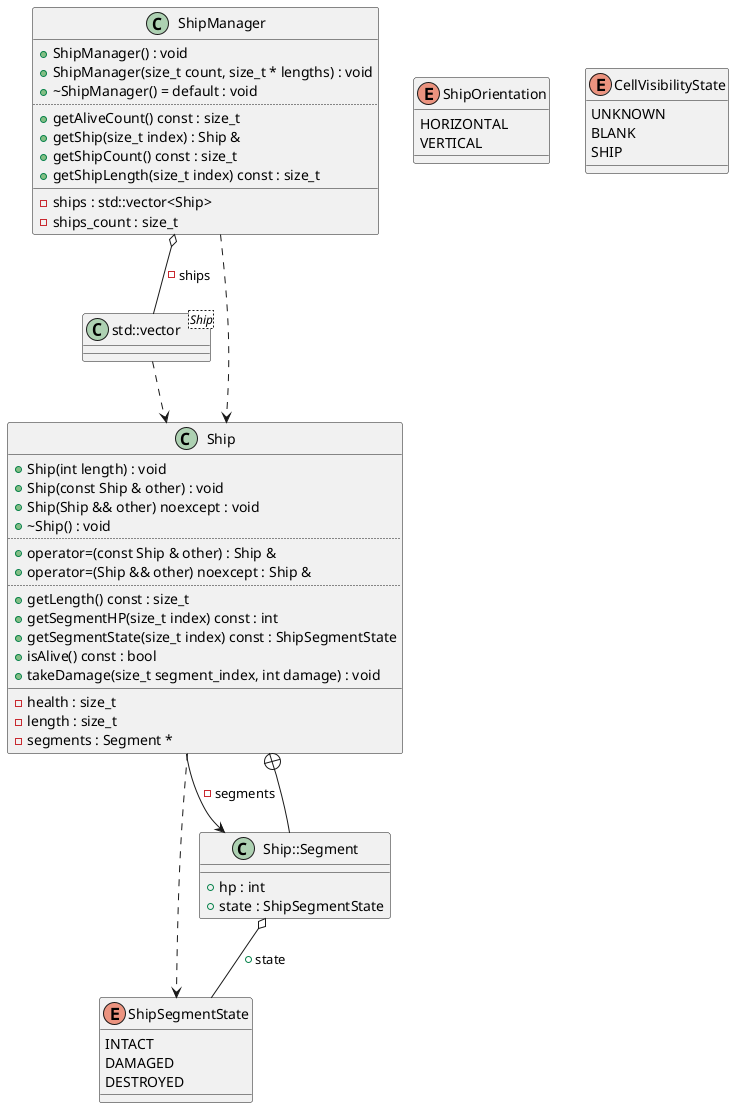
Earlier version of the PlantUML export diagrams/ShipManager.png (Rennelv/ships).
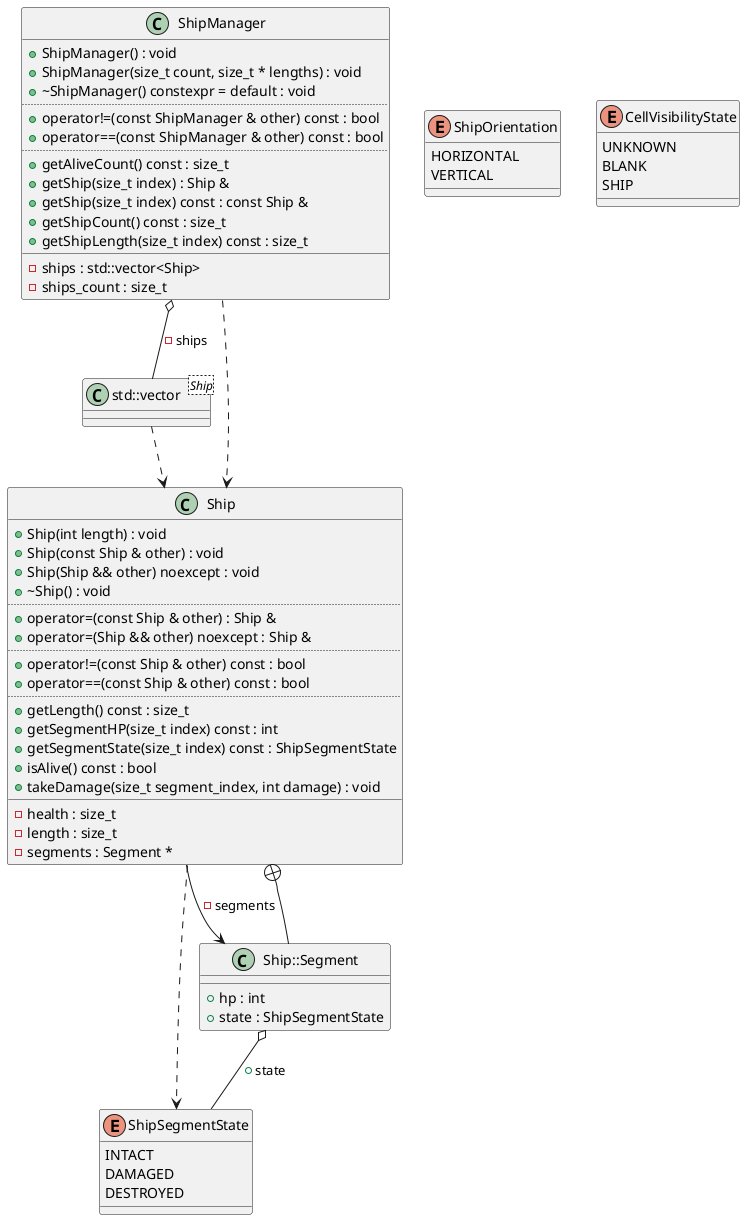
After the commit.

Diff of the diagram source:
```diff
@@ -30,6 +30,9 @@
 +operator=(const Ship & other) : Ship &
 +operator=(Ship && other) noexcept : Ship &
 ..
++operator!=(const Ship & other) const : bool
++operator==(const Ship & other) const : bool
+..
 +getLength() const : size_t
 +getSegmentHP(size_t index) const : int
 +getSegmentState(size_t index) const : ShipSegmentState
@@ -50,10 +53,14 @@
 class C_0017499122254539489506 {
 +ShipManager() : void
 +ShipManager(size_t count, size_t * lengths) : void
-+~ShipManager() = default : void
++~ShipManager() constexpr = default : void
+..
++operator!=(const ShipManager & other) const : bool
++operator==(const ShipManager & other) const : bool
 ..
 +getAliveCount() const : size_t
 +getShip(size_t index) : Ship &
++getShip(size_t index) const : const Ship &
 +getShipCount() const : size_t
 +getShipLength(size_t index) const : size_t
 __
```
